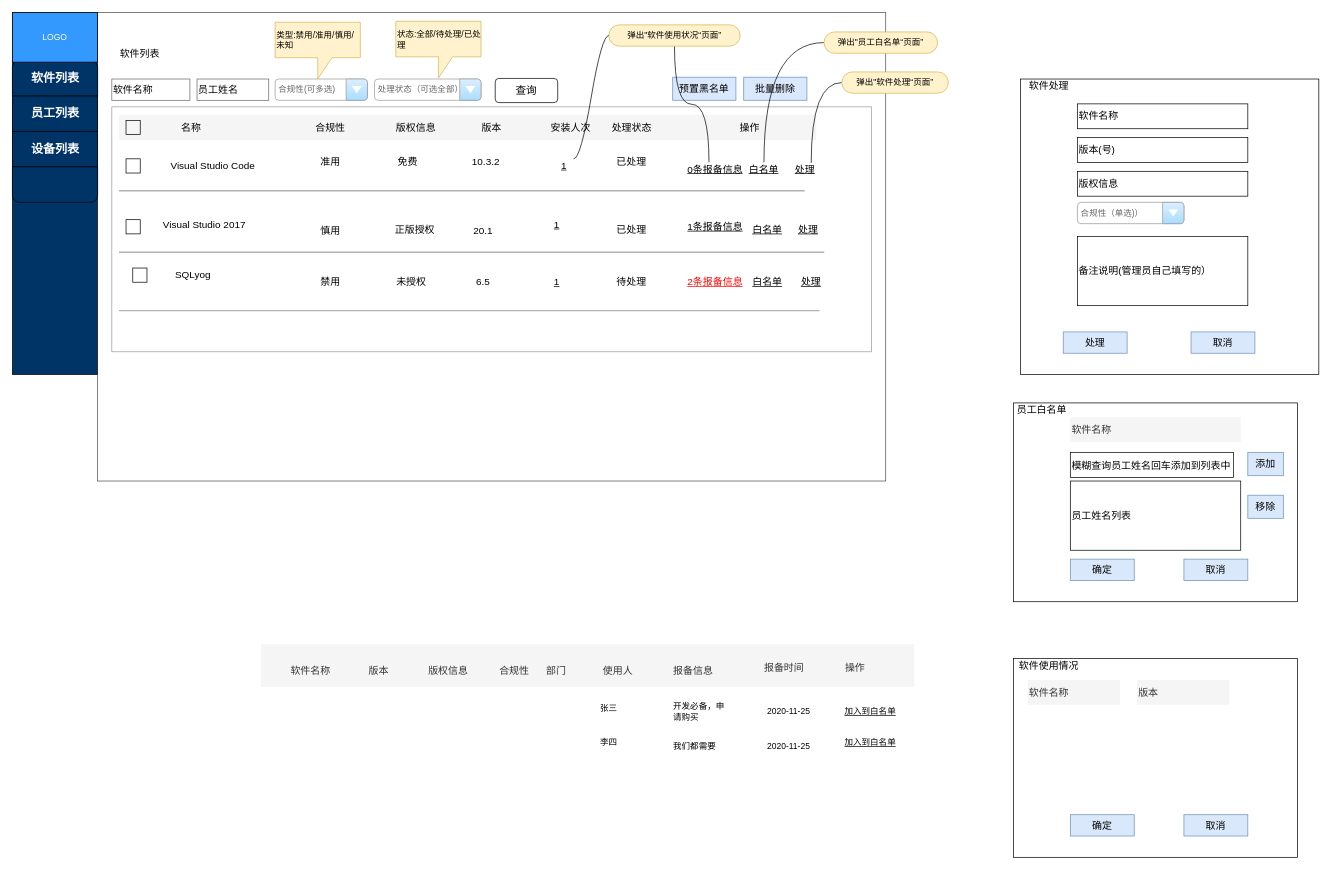
The draw.io diagram page "后台管理v2" (8 of 8) of 正版软件管理.drawio in mashifei/uml, before the edit. Source tidied: cells renumbered, new cells numbered last; positions are measured from the earlier drawing's top-left corner, leaving out a move shared by most shapes. Both pictures are drawn from the tidied source at 71%, with x=0, y=0 at pixel (12, 12).
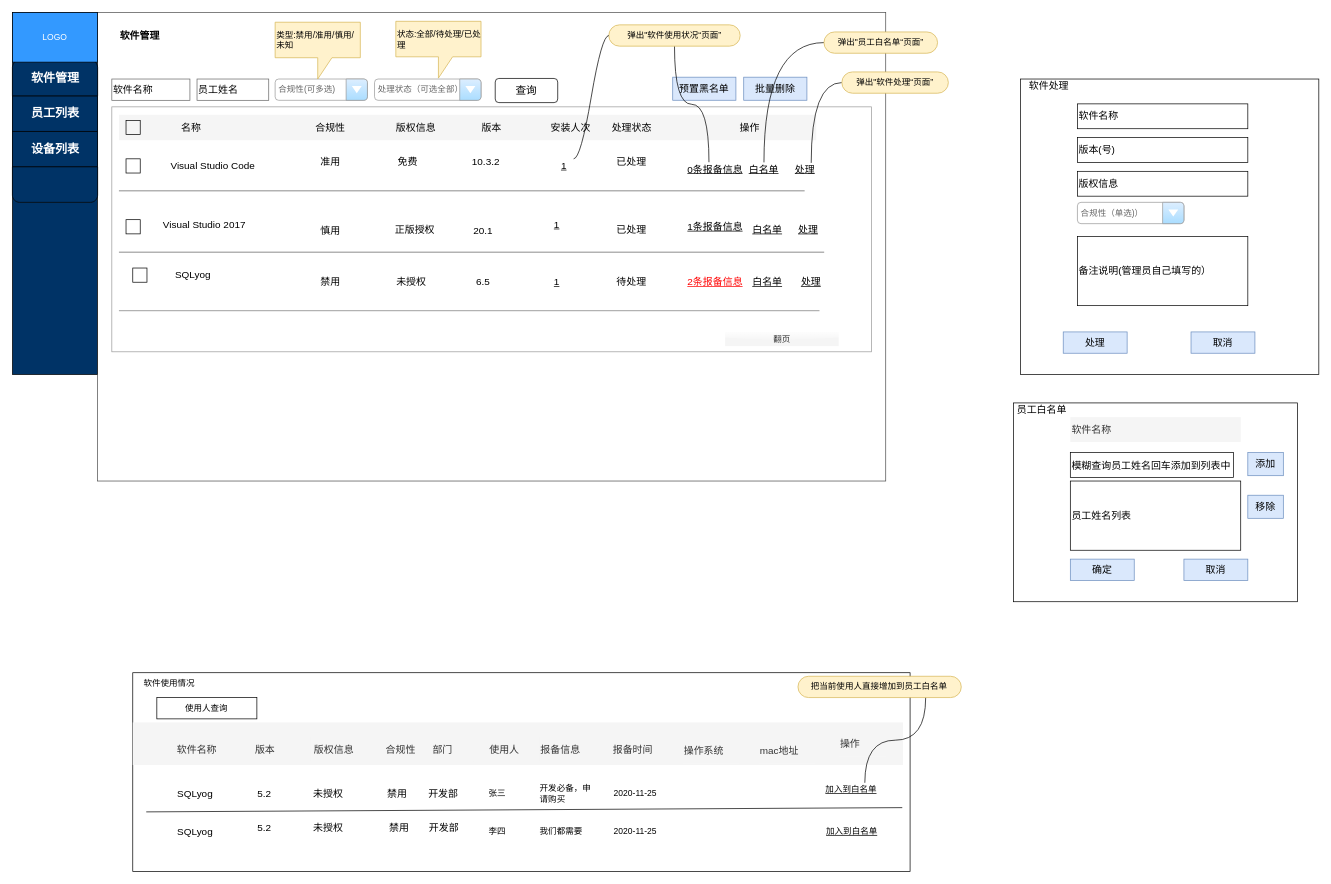
The same page after the edit.

Commit message (it also covers changes not shown here):
更新正版软件管理.drawio

The change refers to these unchanged cells:
```xml
<mxCell id="7" style="strokeWidth=1;shadow=0;dashed=0;align=center;html=1;shape=mxgraph.mockup.rrect;rSize=10;strokeColor=#666666;sketch=0;fontSize=14;opacity=30;fillColor=#003366;" parent="1" vertex="1">
  <mxGeometry y="67.5" width="120" height="200" as="geometry" />
</mxCell>
```

Change to the diagram source:
```diff
@@
+    <mxCell id="113" style="rounded=0;whiteSpace=wrap;html=1;" parent="1" vertex="1">
+      <mxGeometry x="169.5" y="930" width="1094.8" height="280" as="geometry" />
+    </mxCell>
@@
     <mxCell id="3" style="rounded=0;whiteSpace=wrap;html=1;fillColor=#f5f5f5;fontSize=12;fontColor=#333333;align=left;strokeColor=none;" parent="1" vertex="1">
-      <mxGeometry x="350" y="890" width="920" height="60" as="geometry" />
+      <mxGeometry x="169.5" y="1000" width="1084.8" height="60" as="geometry" />
     </mxCell>
@@
-    <mxCell id="11" value="软件列表" style="strokeWidth=1;shadow=0;dashed=0;align=center;html=1;shape=mxgraph.mockup.topButton;rSize=10;fontSize=17;fontStyle=1;fillColor=#003366;fontColor=#FFFFFF;" parent="7" vertex="1">
+    <mxCell id="11" value="软件管理" style="strokeWidth=1;shadow=0;dashed=0;align=center;html=1;shape=mxgraph.mockup.topButton;rSize=10;fontSize=17;fontStyle=1;fillColor=#003366;fontColor=#FFFFFF;" parent="7" vertex="1">
       <mxGeometry width="120" height="50" relative="1" as="geometry" />
     </mxCell>
@@
-    <mxCell id="13" value="软件列表" style="text;html=1;strokeColor=none;fillColor=none;align=center;verticalAlign=middle;whiteSpace=wrap;rounded=0;shadow=0;sketch=0;fontSize=14;fontColor=#000000;opacity=20;" parent="1" vertex="1">
-      <mxGeometry x="130" y="47.5" width="99" height="20" as="geometry" />
+    <mxCell id="13" value="软件管理" style="text;html=1;strokeColor=none;fillColor=none;align=center;verticalAlign=middle;whiteSpace=wrap;rounded=0;shadow=0;sketch=0;fontSize=14;fontColor=#000000;opacity=20;fontStyle=1;" parent="1" vertex="1">
+      <mxGeometry x="130" y="22.5" width="99" height="20" as="geometry" />
     </mxCell>
@@
-    <mxCell id="77" style="whiteSpace=wrap;html=1;rounded=0;shadow=0;sketch=0;strokeColor=#000000;fillColor=#ffffff;fontSize=14;fontColor=#000000;align=center;" parent="1" vertex="1">
-      <mxGeometry x="1410" y="910" width="400" height="280" as="geometry" />
-    </mxCell>
-    <mxCell id="78" value="软件使用情况" style="text;html=1;strokeColor=none;fillColor=none;align=center;verticalAlign=middle;whiteSpace=wrap;rounded=0;shadow=0;sketch=0;fontSize=14;fontColor=#000000;" parent="1" vertex="1">
-      <mxGeometry x="1410" y="910" width="100" height="20" as="geometry" />
-    </mxCell>
-    <mxCell id="79" value="确定" style="rounded=0;whiteSpace=wrap;html=1;shadow=0;sketch=0;strokeColor=#6c8ebf;fillColor=#dae8fc;fontSize=14;align=center;" parent="1" vertex="1">
-      <mxGeometry x="1490" y="1130" width="90" height="30" as="geometry" />
-    </mxCell>
-    <mxCell id="80" value="取消" style="rounded=0;whiteSpace=wrap;html=1;shadow=0;sketch=0;strokeColor=#6c8ebf;fillColor=#dae8fc;fontSize=14;align=center;" parent="1" vertex="1">
-      <mxGeometry x="1650" y="1130" width="90" height="30" as="geometry" />
-    </mxCell>
-    <mxCell id="81" value="软件名称" style="rounded=0;whiteSpace=wrap;html=1;shadow=0;sketch=0;fillColor=#f5f5f5;fontSize=14;fontColor=#333333;align=left;strokeColor=none;" parent="1" vertex="1">
-      <mxGeometry x="1430" y="940" width="130" height="35" as="geometry" />
-    </mxCell>
     <mxCell id="82" value="使用人" style="rounded=0;whiteSpace=wrap;html=1;shadow=0;sketch=0;fillColor=#f5f5f5;fontSize=14;fontColor=#333333;align=left;strokeColor=none;" parent="1" vertex="1">
-      <mxGeometry x="830" y="910" width="80" height="35" as="geometry" />
+      <mxGeometry x="669.5" y="1020" width="80" height="35" as="geometry" />
     </mxCell>
     <mxCell id="83" value="报备信息" style="rounded=0;whiteSpace=wrap;html=1;shadow=0;sketch=0;fillColor=#f5f5f5;fontSize=14;fontColor=#333333;align=left;strokeColor=none;" parent="1" vertex="1">
-      <mxGeometry x="928.5" y="910" width="80" height="35" as="geometry" />
+      <mxGeometry x="742.3" y="1020" width="80" height="35" as="geometry" />
     </mxCell>
     <mxCell id="84" value="报备时间" style="rounded=0;whiteSpace=wrap;html=1;shadow=0;sketch=0;fillColor=#f5f5f5;fontSize=14;fontColor=#333333;align=left;strokeColor=none;" parent="1" vertex="1">
-      <mxGeometry x="1056.7" y="905" width="80" height="35" as="geometry" />
+      <mxGeometry x="844.3" y="1020" width="80" height="35" as="geometry" />
     </mxCell>
     <mxCell id="85" value="张三" style="text;html=1;strokeColor=none;fillColor=none;align=center;verticalAlign=middle;whiteSpace=wrap;rounded=0;fontSize=12;fontColor=#000000;" parent="1" vertex="1">
-      <mxGeometry x="820" y="970" width="40" height="20" as="geometry" />
+      <mxGeometry x="663.3" y="1090" width="40" height="20" as="geometry" />
     </mxCell>
     <mxCell id="86" value="开发必备，申请购买" style="text;html=1;strokeColor=none;fillColor=none;align=left;verticalAlign=middle;whiteSpace=wrap;rounded=0;fontSize=12;fontColor=#000000;" parent="1" vertex="1">
-      <mxGeometry x="928.5" y="970" width="81.5" height="30" as="geometry" />
+      <mxGeometry x="740.8" y="1085" width="81.5" height="30" as="geometry" />
     </mxCell>
     <mxCell id="87" value="2020-11-25" style="text;html=1;strokeColor=none;fillColor=none;align=center;verticalAlign=middle;whiteSpace=wrap;rounded=0;fontSize=12;fontColor=#000000;" parent="1" vertex="1">
-      <mxGeometry x="1056.7" y="975" width="73.3" height="20" as="geometry" />
+      <mxGeometry x="841" y="1090" width="73.3" height="20" as="geometry" />
     </mxCell>
     <mxCell id="88" value="李四" style="text;html=1;strokeColor=none;fillColor=none;align=center;verticalAlign=middle;whiteSpace=wrap;rounded=0;fontSize=12;fontColor=#000000;" parent="1" vertex="1">
-      <mxGeometry x="820" y="1019" width="40" height="20" as="geometry" />
+      <mxGeometry x="663.3" y="1144" width="40" height="20" as="geometry" />
     </mxCell>
     <mxCell id="89" value="我们都需要" style="text;html=1;strokeColor=none;fillColor=none;align=left;verticalAlign=middle;whiteSpace=wrap;rounded=0;fontSize=12;fontColor=#000000;" parent="1" vertex="1">
-      <mxGeometry x="928.5" y="1019" width="61.5" height="30" as="geometry" />
+      <mxGeometry x="740.8" y="1139" width="61.5" height="30" as="geometry" />
     </mxCell>
     <mxCell id="90" value="2020-11-25" style="text;html=1;strokeColor=none;fillColor=none;align=center;verticalAlign=middle;whiteSpace=wrap;rounded=0;fontSize=12;fontColor=#000000;" parent="1" vertex="1">
-      <mxGeometry x="1056.7" y="1024" width="73.3" height="20" as="geometry" />
+      <mxGeometry x="841" y="1144" width="73.3" height="20" as="geometry" />
     </mxCell>
     <mxCell id="91" value="操作" style="rounded=0;whiteSpace=wrap;html=1;shadow=0;sketch=0;fillColor=#f5f5f5;fontSize=14;fontColor=#333333;align=left;strokeColor=none;" parent="1" vertex="1">
-      <mxGeometry x="1171" y="905" width="80" height="35" as="geometry" />
+      <mxGeometry x="1163.8" y="1012.5" width="67" height="35" as="geometry" />
     </mxCell>
-    <mxCell id="92" value="版本" style="rounded=0;whiteSpace=wrap;html=1;shadow=0;sketch=0;fillColor=#f5f5f5;fontSize=14;fontColor=#333333;align=left;strokeColor=none;" parent="1" vertex="1">
-      <mxGeometry x="1584" y="940" width="130" height="35" as="geometry" />
-    </mxCell>
     <mxCell id="93" value="加入到白名单" style="text;html=1;strokeColor=none;fillColor=none;align=center;verticalAlign=middle;whiteSpace=wrap;rounded=0;fontSize=12;fontColor=#000000;fontStyle=4;" parent="1" vertex="1">
-      <mxGeometry x="1171" y="975" width="75" height="20" as="geometry" />
+      <mxGeometry x="1144.3" y="1085" width="75" height="20" as="geometry" />
     </mxCell>
     <mxCell id="94" value="加入到白名单" style="text;html=1;strokeColor=none;fillColor=none;align=center;verticalAlign=middle;whiteSpace=wrap;rounded=0;fontSize=12;fontColor=#000000;fontStyle=4;" parent="1" vertex="1">
-      <mxGeometry x="1171" y="1019" width="75" height="20" as="geometry" />
+      <mxGeometry x="1145.3" y="1144" width="75" height="20" as="geometry" />
     </mxCell>
     <mxCell id="95" value="软件名称" style="rounded=0;whiteSpace=wrap;html=1;shadow=0;sketch=0;fillColor=#f5f5f5;fontSize=14;fontColor=#333333;align=left;strokeColor=none;" parent="1" vertex="1">
-      <mxGeometry x="390" y="910" width="80" height="35" as="geometry" />
+      <mxGeometry x="229.5" y="1020" width="80" height="35" as="geometry" />
     </mxCell>
     <mxCell id="96" value="版本" style="rounded=0;whiteSpace=wrap;html=1;shadow=0;sketch=0;fillColor=#f5f5f5;fontSize=14;fontColor=#333333;align=left;strokeColor=none;" parent="1" vertex="1">
-      <mxGeometry x="500" y="910" width="80" height="35" as="geometry" />
+      <mxGeometry x="339.5" y="1020" width="80" height="35" as="geometry" />
     </mxCell>
     <mxCell id="97" value="版权信息" style="rounded=0;whiteSpace=wrap;html=1;shadow=0;sketch=0;fillColor=#f5f5f5;fontSize=14;fontColor=#333333;align=left;strokeColor=none;" parent="1" vertex="1">
-      <mxGeometry x="583.9" y="910" width="80" height="35" as="geometry" />
+      <mxGeometry x="423.4" y="1020" width="80" height="35" as="geometry" />
     </mxCell>
     <mxCell id="98" value="合规性" style="rounded=0;whiteSpace=wrap;html=1;shadow=0;sketch=0;fillColor=#f5f5f5;fontSize=14;fontColor=#333333;align=left;strokeColor=none;" parent="1" vertex="1">
-      <mxGeometry x="684" y="910" width="80" height="35" as="geometry" />
+      <mxGeometry x="523.5" y="1020" width="80" height="35" as="geometry" />
     </mxCell>
     <mxCell id="99" value="部门" style="rounded=0;whiteSpace=wrap;html=1;shadow=0;sketch=0;fillColor=#f5f5f5;fontSize=14;fontColor=#333333;align=left;strokeColor=none;" parent="1" vertex="1">
-      <mxGeometry x="750" y="910" width="60" height="35" as="geometry" />
+      <mxGeometry x="589.5" y="1020" width="60" height="35" as="geometry" />
     </mxCell>
@@
+    <mxCell id="114" value="SQLyog" style="text;html=1;strokeColor=none;fillColor=none;align=center;verticalAlign=middle;whiteSpace=wrap;rounded=0;shadow=0;sketch=0;fontSize=14;opacity=30;" parent="1" vertex="1">
+      <mxGeometry x="210.7" y="1090" width="92.7" height="20" as="geometry" />
+    </mxCell>
+    <mxCell id="115" value="SQLyog" style="text;html=1;strokeColor=none;fillColor=none;align=center;verticalAlign=middle;whiteSpace=wrap;rounded=0;shadow=0;sketch=0;fontSize=14;opacity=30;" parent="1" vertex="1">
+      <mxGeometry x="215.7" y="1144" width="82.7" height="20" as="geometry" />
+    </mxCell>
+    <mxCell id="116" value="5.2" style="text;html=1;strokeColor=none;fillColor=none;align=center;verticalAlign=middle;whiteSpace=wrap;rounded=0;shadow=0;sketch=0;fontSize=14;opacity=30;" parent="1" vertex="1">
+      <mxGeometry x="319.5" y="1090" width="70" height="20" as="geometry" />
+    </mxCell>
+    <mxCell id="117" value="5.2" style="text;html=1;strokeColor=none;fillColor=none;align=center;verticalAlign=middle;whiteSpace=wrap;rounded=0;shadow=0;sketch=0;fontSize=14;opacity=30;" parent="1" vertex="1">
+      <mxGeometry x="319.5" y="1139" width="70" height="20" as="geometry" />
+    </mxCell>
+    <mxCell id="118" value="未授权" style="text;html=1;strokeColor=none;fillColor=none;align=center;verticalAlign=middle;whiteSpace=wrap;rounded=0;shadow=0;sketch=0;fontSize=14;opacity=30;" parent="1" vertex="1">
+      <mxGeometry x="409.5" y="1090" width="70" height="20" as="geometry" />
+    </mxCell>
+    <mxCell id="119" value="未授权" style="text;html=1;strokeColor=none;fillColor=none;align=center;verticalAlign=middle;whiteSpace=wrap;rounded=0;shadow=0;sketch=0;fontSize=14;opacity=30;" parent="1" vertex="1">
+      <mxGeometry x="409.5" y="1139" width="70" height="20" as="geometry" />
+    </mxCell>
+    <mxCell id="120" value="禁用" style="text;html=1;strokeColor=none;fillColor=none;align=center;verticalAlign=middle;whiteSpace=wrap;rounded=0;shadow=0;sketch=0;fontSize=14;opacity=30;" parent="1" vertex="1">
+      <mxGeometry x="507.1" y="1090" width="70" height="20" as="geometry" />
+    </mxCell>
+    <mxCell id="121" value="禁用" style="text;html=1;strokeColor=none;fillColor=none;align=center;verticalAlign=middle;whiteSpace=wrap;rounded=0;shadow=0;sketch=0;fontSize=14;opacity=30;" parent="1" vertex="1">
+      <mxGeometry x="509.5" y="1139" width="70" height="20" as="geometry" />
+    </mxCell>
+    <mxCell id="122" value="开发部" style="text;html=1;strokeColor=none;fillColor=none;align=center;verticalAlign=middle;whiteSpace=wrap;rounded=0;shadow=0;sketch=0;fontSize=14;opacity=30;" parent="1" vertex="1">
+      <mxGeometry x="571.5" y="1090" width="70" height="20" as="geometry" />
+    </mxCell>
+    <mxCell id="123" value="开发部" style="text;html=1;strokeColor=none;fillColor=none;align=center;verticalAlign=middle;whiteSpace=wrap;rounded=0;shadow=0;sketch=0;fontSize=14;opacity=30;" parent="1" vertex="1">
+      <mxGeometry x="573.4" y="1139" width="70" height="20" as="geometry" />
+    </mxCell>
+    <mxCell id="124" style="edgeStyle=orthogonalEdgeStyle;curved=1;rounded=0;jettySize=auto;html=1;entryX=0.75;entryY=0;entryDx=0;entryDy=0;endArrow=none;endFill=0;exitX=0.782;exitY=1;exitDx=0;exitDy=0;exitPerimeter=0;" parent="1" edge="1" source="125" target="93">
+      <mxGeometry relative="1" as="geometry" />
+    </mxCell>
+    <mxCell id="125" value="把当前使用人直接增加到员工白名单" style="whiteSpace=wrap;html=1;rounded=1;arcSize=50;align=center;verticalAlign=middle;strokeWidth=1;spacing=4;newEdgeStyle={&quot;edgeStyle&quot;:&quot;entityRelationEdgeStyle&quot;,&quot;startArrow&quot;:&quot;none&quot;,&quot;endArrow&quot;:&quot;none&quot;,&quot;segment&quot;:10,&quot;curved&quot;:1};fillColor=#fff2cc;strokeColor=#d6b656;" parent="1" vertex="1">
+      <mxGeometry x="1106.4" y="935" width="230" height="30" as="geometry" />
+    </mxCell>
+    <mxCell id="78" value="软件使用情况" style="text;html=1;strokeColor=none;fillColor=none;align=center;verticalAlign=middle;whiteSpace=wrap;rounded=0;" parent="1" vertex="1">
+      <mxGeometry x="171.5" y="935" width="98" height="20" as="geometry" />
+    </mxCell>
+    <mxCell id="126" style="endArrow=none;html=1;" parent="1" edge="1">
+      <mxGeometry relative="1" as="geometry">
+        <mxPoint x="188.5" y="1126" as="sourcePoint" />
+        <mxPoint x="1253.3" y="1120" as="targetPoint" />
+      </mxGeometry>
+    </mxCell>
+    <mxCell id="127" value="操作系统" style="rounded=0;whiteSpace=wrap;html=1;shadow=0;sketch=0;fillColor=#f5f5f5;fontSize=14;fontColor=#333333;align=left;strokeColor=none;" parent="1" vertex="1">
+      <mxGeometry x="944.3" y="1022.5" width="80" height="35" as="geometry" />
+    </mxCell>
+    <mxCell id="128" value="mac地址" style="rounded=0;whiteSpace=wrap;html=1;shadow=0;sketch=0;fillColor=#f5f5f5;fontSize=14;fontColor=#333333;align=left;strokeColor=none;" parent="1" vertex="1">
+      <mxGeometry x="1051.1" y="1022.5" width="80" height="35" as="geometry" />
+    </mxCell>
+    <mxCell id="129" value="使用人查询" style="rounded=0;whiteSpace=wrap;html=1;" parent="1" vertex="1">
+      <mxGeometry x="203.4" y="965" width="140.9" height="30" as="geometry" />
+    </mxCell>
+    <mxCell id="130" value="翻页" style="text;html=1;fillColor=#f5f5f5;align=center;verticalAlign=middle;whiteSpace=wrap;rounded=0;fontColor=#333333;shadow=0;glass=1;" parent="1" vertex="1">
+      <mxGeometry x="1003.8" y="450" width="160" height="20" as="geometry" />
+    </mxCell>
```
